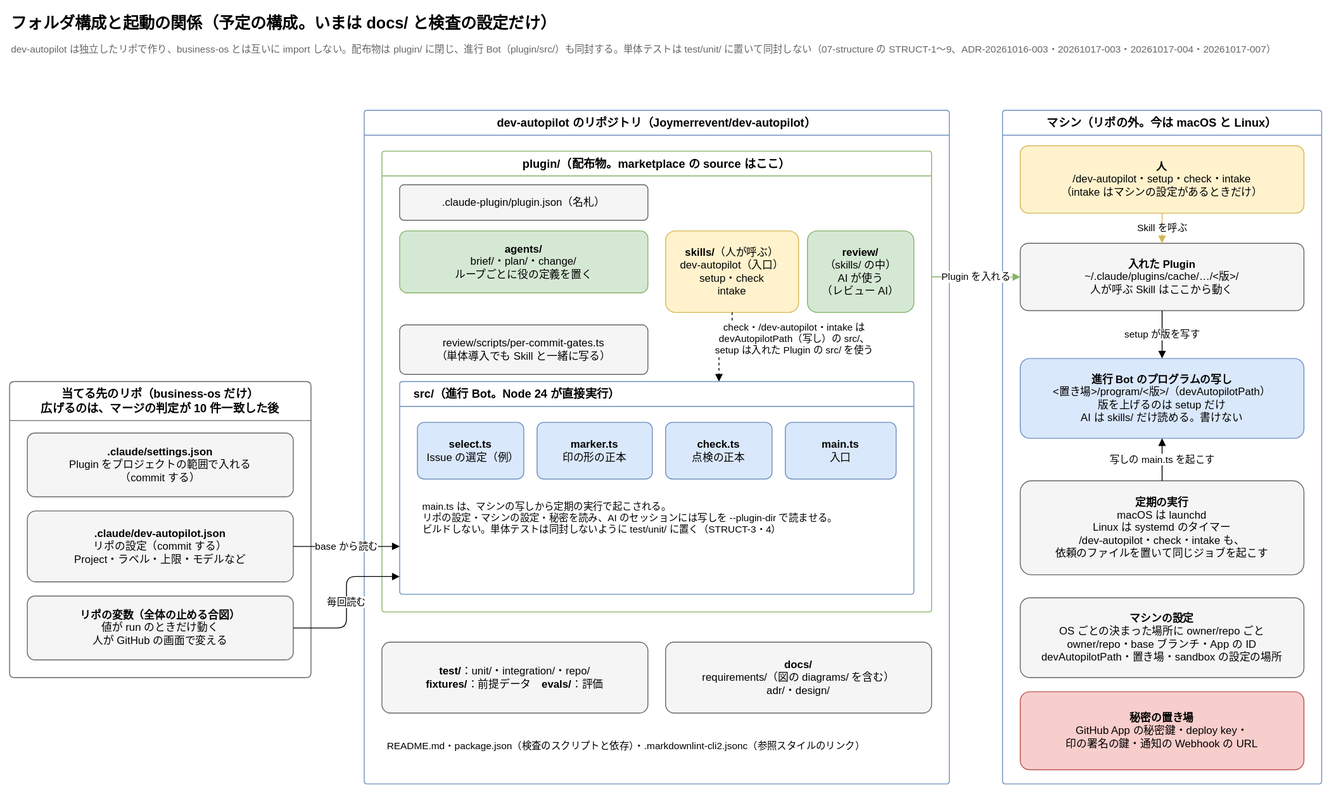
Before: docs/requirements/diagrams/structure.drawio.svg, a diagram exported from draw.io (Joymerrevent/dev-autopilot). Source tidied: cells renumbered, new cells last; positions are measured from the earlier drawing's top-left corner, leaving out a move shared by most shapes.
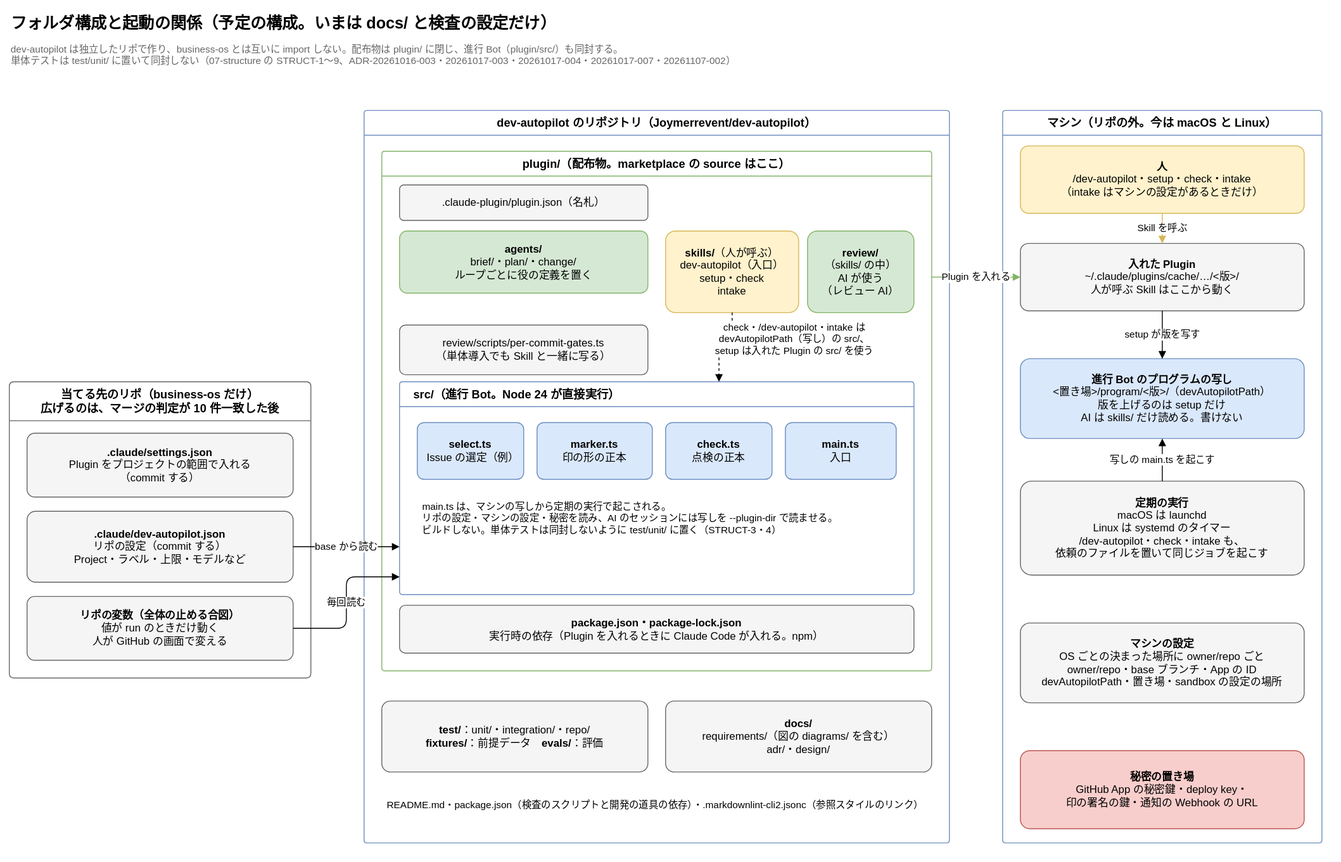
The same file after the commit.

Commit message:
docs(requirements): 構成の木と図に plugin/ の実行時の依存のファイルを足し、STRUCT-4 に依存の置き方を書く

ADR-20261107-002 の反映。plugin/package.json と plugin/package-lock.json を構成の木と図に足し、
STRUCT-3 の写す中身に node_modules を含めることと、STRUCT-4 に実行時の依存と開発の道具の依存の置き場と import の決まりを書く。

Claude-Session: https://claude.ai/code/session_01LvmXQN14Y95msvojZ6hWNP

Change to the diagram source:
```diff
@@ -5,8 +5,8 @@
     <mxCell id="2" value="フォルダ構成と起動の関係（予定の構成。いまは docs/ と検査の設定だけ）" style="text;html=1;whiteSpace=wrap;align=left;verticalAlign=middle;fontSize=18;fontStyle=1;" parent="1" vertex="1">
       <mxGeometry width="1000" height="32" as="geometry" />
     </mxCell>
-    <mxCell id="3" value="dev-autopilot は独立したリポで作り、business-os とは互いに import しない。配布物は plugin/ に閉じ、進行 Bot（plugin/src/）も同封する。単体テストは test/unit/ に置いて同封しない（07-structure の STRUCT-1〜9、ADR-20261016-003・20261017-003・20261017-004・20261017-007）" style="text;html=1;whiteSpace=wrap;align=left;verticalAlign=top;fontSize=11;fontColor=#666666;" parent="1" vertex="1">
-      <mxGeometry y="32" width="1480" height="22" as="geometry" />
+    <mxCell id="3" value="dev-autopilot は独立したリポで作り、business-os とは互いに import しない。配布物は plugin/ に閉じ、進行 Bot（plugin/src/）も同封する。&lt;br&gt;単体テストは test/unit/ に置いて同封しない（07-structure の STRUCT-1〜9、ADR-20261016-003・20261017-003・20261017-004・20261017-007・20261107-002）" style="text;html=1;whiteSpace=wrap;align=left;verticalAlign=top;fontSize=11;fontColor=#666666;" parent="1" vertex="1">
+      <mxGeometry y="32" width="1480" height="36" as="geometry" />
     </mxCell>
     <mxCell id="4" value="当てる先のリポ（business-os だけ）&lt;br&gt;広げるのは、マージの判定が 10 件一致した後" style="swimlane;startSize=44;html=1;whiteSpace=wrap;rounded=1;arcSize=4;fontStyle=1;fontSize=13;strokeColor=#666666;fillColor=none;swimlaneFillColor=none;" parent="1" vertex="1">
       <mxGeometry y="420" width="340" height="334" as="geometry" />
@@ -21,10 +21,10 @@
       <mxGeometry x="20" y="242" width="300" height="72" as="geometry" />
     </mxCell>
     <mxCell id="8" value="dev-autopilot のリポジトリ（Joymerrevent/dev-autopilot）" style="swimlane;startSize=28;html=1;whiteSpace=wrap;rounded=1;arcSize=4;fontStyle=1;fontSize=13;strokeColor=#6c8ebf;fillColor=none;swimlaneFillColor=none;" parent="1" vertex="1">
-      <mxGeometry x="400" y="114" width="660" height="760" as="geometry" />
+      <mxGeometry x="400" y="114" width="660" height="826" as="geometry" />
     </mxCell>
     <mxCell id="9" value="plugin/（配布物。marketplace の source はここ）" style="swimlane;startSize=28;html=1;whiteSpace=wrap;rounded=1;arcSize=4;fontStyle=1;fontSize=13;strokeColor=#82b366;fillColor=none;swimlaneFillColor=none;" parent="8" vertex="1">
-      <mxGeometry x="20" y="46" width="620" height="520" as="geometry" />
+      <mxGeometry x="20" y="46" width="620" height="586" as="geometry" />
     </mxCell>
     <mxCell id="10" value=".claude-plugin/plugin.json（名札）" style="rounded=1;whiteSpace=wrap;html=1;fontSize=12;arcSize=12;fillColor=#f5f5f5;strokeColor=#666666;spacing=12;" parent="9" vertex="1">
       <mxGeometry x="20" y="38" width="280" height="40" as="geometry" />
@@ -59,17 +59,20 @@
     <mxCell id="20" value="&lt;b&gt;review/&lt;/b&gt;&lt;br&gt;（skills/ の中）&lt;br&gt;AI が使う&lt;br&gt;（レビュー AI）" style="rounded=1;whiteSpace=wrap;html=1;fontSize=12;arcSize=12;spacing=12;fillColor=#d5e8d4;strokeColor=#82b366;" parent="9" vertex="1">
       <mxGeometry x="480" y="90" width="120" height="92" as="geometry" />
     </mxCell>
+    <mxCell id="38" value="&lt;b&gt;package.json・package-lock.json&lt;/b&gt;&lt;br&gt;実行時の依存（Plugin を入れるときに Claude Code が入れる。npm）" style="rounded=1;whiteSpace=wrap;html=1;fontSize=12;arcSize=12;fillColor=#f5f5f5;strokeColor=#666666;spacing=12;" parent="9" vertex="1">
+      <mxGeometry x="20" y="512" width="580" height="54" as="geometry" />
+    </mxCell>
     <mxCell id="21" value="&lt;b&gt;test/&lt;/b&gt;：unit/・integration/・repo/&lt;br&gt;&lt;b&gt;fixtures/&lt;/b&gt;：前提データ　&lt;b&gt;evals/&lt;/b&gt;：評価" style="rounded=1;whiteSpace=wrap;html=1;fontSize=12;arcSize=12;fillColor=#f5f5f5;strokeColor=#666666;spacing=12;" parent="8" vertex="1">
-      <mxGeometry x="20" y="600" width="300" height="80" as="geometry" />
+      <mxGeometry x="20" y="666" width="300" height="80" as="geometry" />
     </mxCell>
     <mxCell id="22" value="&lt;b&gt;docs/&lt;/b&gt;&lt;br&gt;requirements/（図の diagrams/ を含む）&lt;br&gt;adr/・design/" style="rounded=1;whiteSpace=wrap;html=1;fontSize=12;arcSize=12;fillColor=#f5f5f5;strokeColor=#666666;spacing=12;" parent="8" vertex="1">
-      <mxGeometry x="340" y="600" width="300" height="80" as="geometry" />
+      <mxGeometry x="340" y="666" width="300" height="80" as="geometry" />
     </mxCell>
-    <mxCell id="23" value="README.md・package.json（検査のスクリプトと依存）・.markdownlint-cli2.jsonc（参照スタイルのリンク）" style="text;html=1;whiteSpace=wrap;align=left;verticalAlign=top;fontSize=11;spacing=6;" parent="8" vertex="1">
-      <mxGeometry x="20" y="700" width="620" height="36" as="geometry" />
+    <mxCell id="23" value="README.md・package.json（検査のスクリプトと開発の道具の依存）・.markdownlint-cli2.jsonc（参照スタイルのリンク）" style="text;html=1;whiteSpace=wrap;align=left;verticalAlign=top;fontSize=11;spacing=6;" parent="8" vertex="1">
+      <mxGeometry x="20" y="766" width="620" height="36" as="geometry" />
     </mxCell>
     <mxCell id="24" value="マシン（リポの外。今は macOS と Linux）" style="swimlane;startSize=28;html=1;whiteSpace=wrap;rounded=1;arcSize=4;fontStyle=1;fontSize=13;strokeColor=#6c8ebf;fillColor=none;swimlaneFillColor=none;" parent="1" vertex="1">
-      <mxGeometry x="1120" y="114" width="360" height="760" as="geometry" />
+      <mxGeometry x="1120" y="114" width="360" height="826" as="geometry" />
     </mxCell>
     <mxCell id="25" value="&lt;b&gt;人&lt;/b&gt;&lt;br&gt;/dev-autopilot・setup・check・intake&lt;br&gt;（intake はマシンの設定があるときだけ）" style="rounded=1;whiteSpace=wrap;html=1;fontSize=12;arcSize=12;fillColor=#fff2cc;strokeColor=#d6b656;spacing=12;" parent="24" vertex="1">
       <mxGeometry x="20" y="40" width="320" height="76" as="geometry" />
@@ -84,12 +87,12 @@
       <mxGeometry x="20" y="418" width="320" height="106" as="geometry" />
     </mxCell>
     <mxCell id="29" value="&lt;b&gt;マシンの設定&lt;/b&gt;&lt;br&gt;OS ごとの決まった場所に owner/repo ごと&lt;br&gt;owner/repo・base ブランチ・App の ID&lt;br&gt;devAutopilotPath・置き場・sandbox の設定の場所" style="rounded=1;whiteSpace=wrap;html=1;fontSize=12;arcSize=12;fillColor=#f5f5f5;strokeColor=#666666;spacing=12;" parent="24" vertex="1">
-      <mxGeometry x="20" y="550" width="320" height="90" as="geometry" />
+      <mxGeometry x="20" y="578" width="320" height="90" as="geometry" />
     </mxCell>
     <mxCell id="30" value="&lt;b&gt;秘密の置き場&lt;/b&gt;&lt;br&gt;GitHub App の秘密鍵・deploy key・&lt;br&gt;印の署名の鍵・通知の Webhook の URL" style="rounded=1;whiteSpace=wrap;html=1;fontSize=12;arcSize=12;fillColor=#f8cecc;strokeColor=#b85450;spacing=12;" parent="24" vertex="1">
-      <mxGeometry x="20" y="656" width="320" height="88" as="geometry" />
+      <mxGeometry x="20" y="722" width="320" height="88" as="geometry" />
     </mxCell>
-    <mxCell id="31" value="Plugin を入れる" style="edgeStyle=orthogonalEdgeStyle;rounded=1;html=1;endArrow=block;endFill=1;fontSize=11;labelBackgroundColor=#ffffff;strokeColor=#82b366;exitX=1;exitY=0.273;exitDx=0;exitDy=0;entryX=0;entryY=0.5;entryDx=0;entryDy=0;" parent="1" edge="1" source="9" target="26">
+    <mxCell id="31" value="Plugin を入れる" style="edgeStyle=orthogonalEdgeStyle;rounded=1;html=1;endArrow=block;endFill=1;fontSize=11;labelBackgroundColor=#ffffff;strokeColor=#82b366;exitX=1;exitY=0.2423;exitDx=0;exitDy=0;entryX=0;entryY=0.5;entryDx=0;entryDy=0;" parent="1" edge="1" source="9" target="26">
       <mxGeometry relative="1" as="geometry" />
     </mxCell>
     <mxCell id="32" value="Skill を呼ぶ" style="edgeStyle=orthogonalEdgeStyle;rounded=1;html=1;endArrow=block;endFill=1;fontSize=11;labelBackgroundColor=#ffffff;strokeColor=#d6b656;exitX=0.5;exitY=1;exitDx=0;exitDy=0;entryX=0.5;entryY=0;entryDx=0;entryDy=0;" parent="1" edge="1" source="25" target="26">
```
